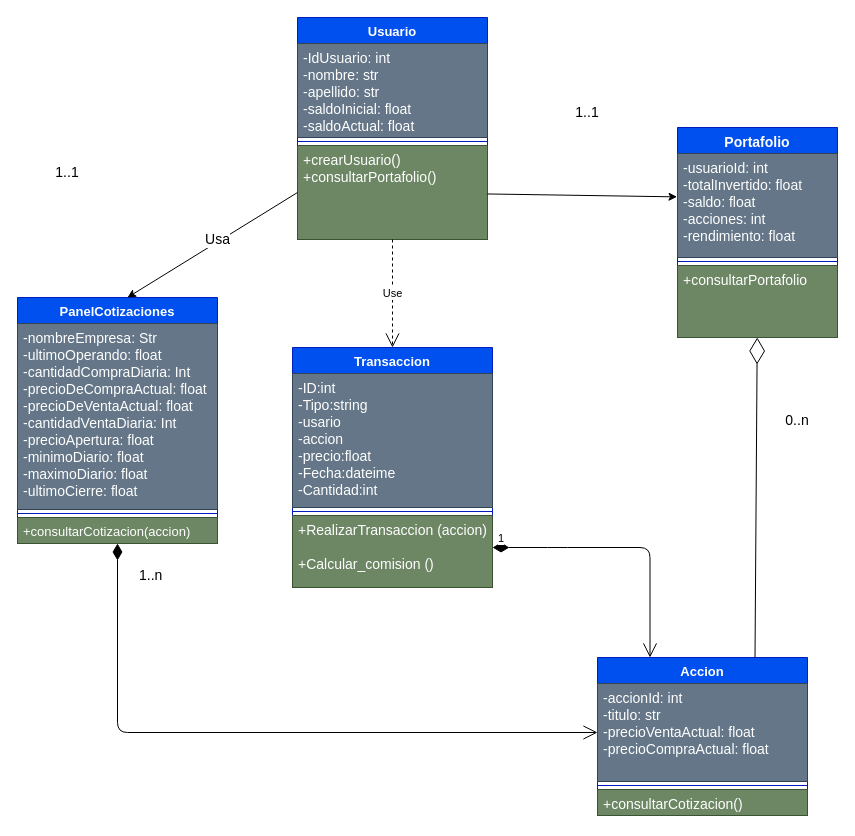
Before: programacion/DiagramaDeClases.drawio in ispc-team-13/argBrokerDemo, a draw.io diagram. Source tidied: cells renumbered, new cells numbered last; positions are measured from the earlier drawing's top-left corner, leaving out a move shared by most shapes. Both pictures are drawn from the tidied source at 100%, with x=0, y=0 at pixel (17, 17).
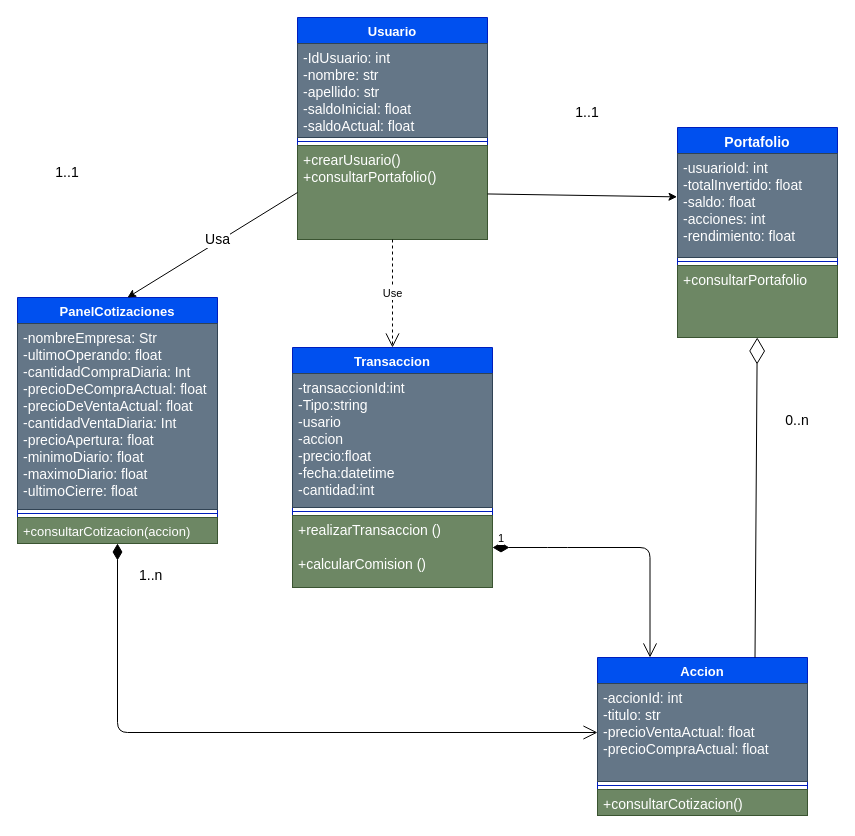
The same page after the edit.

Commit message (it also covers changes not shown here):
Corrección nomenclatura de atributos

The change refers to these unchanged cells:
```xml
<mxCell id="26" value="Transaccion" style="swimlane;fontStyle=1;align=center;verticalAlign=top;horizontal=1;startSize=26;strokeWidth=1;fontSize=13;fillColor=#0050ef;fontColor=#ffffff;strokeColor=#001DBC;" parent="1" vertex="1">
  <mxGeometry x="275" y="330" width="200" height="240" as="geometry" />
</mxCell>
```

What changed in the source:
```diff
@@
-    <mxCell id="27" value="-ID:int&#10;-Tipo:string&#10;-usario&#10;-accion&#10;-precio:float&#10;-Fecha:dateime&#10;-Cantidad:int" style="text;strokeColor=#314354;fillColor=#647687;align=left;verticalAlign=top;spacingLeft=4;spacingRight=4;overflow=hidden;strokeWidth=1;fontSize=14;fontColor=#ffffff;" parent="26" vertex="1">
+    <mxCell id="27" value="-transaccionId:int&#10;-Tipo:string&#10;-usario&#10;-accion&#10;-precio:float&#10;-fecha:datetime&#10;-cantidad:int" style="text;strokeColor=#314354;fillColor=#647687;align=left;verticalAlign=top;spacingLeft=4;spacingRight=4;overflow=hidden;strokeWidth=1;fontSize=14;fontColor=#ffffff;" parent="26" vertex="1">
       <mxGeometry y="26" width="200" height="134" as="geometry" />
     </mxCell>
@@
-    <mxCell id="29" value="+RealizarTransaccion (accion)&#10;&#10;+Calcular_comision ()" style="text;strokeColor=#3A5431;fillColor=#6d8764;align=left;verticalAlign=top;spacingLeft=4;spacingRight=4;overflow=hidden;points=[[0,0.5],[1,0.5]];portConstraint=eastwest;strokeWidth=1;fontSize=14;fontColor=#ffffff;" parent="26" vertex="1">
+    <mxCell id="29" value="+realizarTransaccion ()&#10;&#10;+calcularComision ()" style="text;strokeColor=#3A5431;fillColor=#6d8764;align=left;verticalAlign=top;spacingLeft=4;spacingRight=4;overflow=hidden;points=[[0,0.5],[1,0.5]];portConstraint=eastwest;strokeWidth=1;fontSize=14;fontColor=#ffffff;" parent="26" vertex="1">
       <mxGeometry y="168" width="200" height="72" as="geometry" />
     </mxCell>
```
